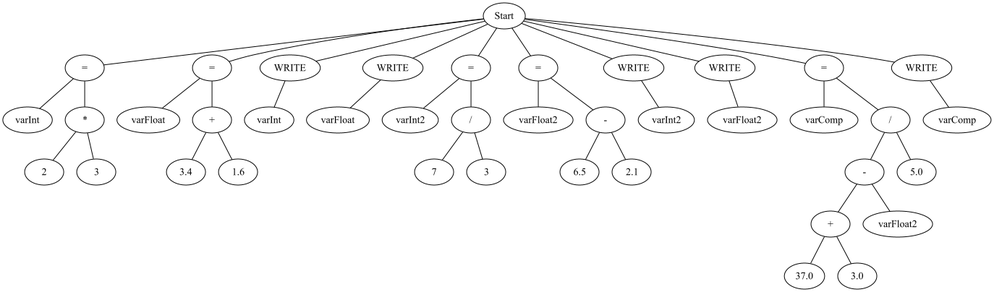
Earlier version of the Graphviz export arbol.png (pitta1881/TEO1-Lexico). Its source is kept beside it as arbol.dot.
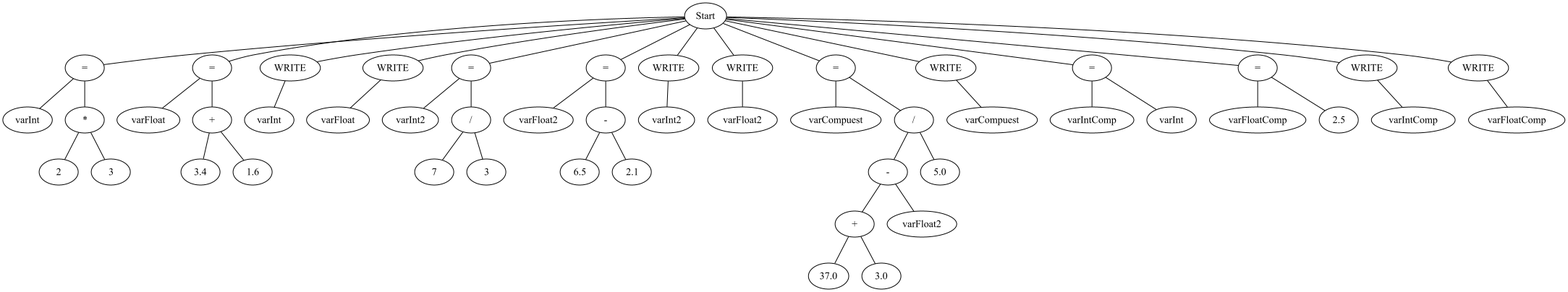
After the commit.

The edit, as a diff of the source:
```diff
@@ -1,80 +1,100 @@
 graph G {node_start [label="Start"]
-nodo_603604456 [label="="]
-node_start -- nodo_603604456
-nodo_236693573 [label="varInt"]
-nodo_603604456 -- nodo_236693573
-nodo_1183492770 [label="*"]
-nodo_603604456 -- nodo_1183492770
-nodo_622081567 [label="2"]
-nodo_1183492770 -- nodo_622081567
-nodo_117845864 [label="3"]
-nodo_1183492770 -- nodo_117845864
-nodo_1410135629 [label="="]
-node_start -- nodo_1410135629
-nodo_1195416020 [label="varFloat"]
-nodo_1410135629 -- nodo_1195416020
-nodo_1130425325 [label="+"]
-nodo_1410135629 -- nodo_1130425325
-nodo_1965814150 [label="3.4"]
-nodo_1130425325 -- nodo_1965814150
-nodo_1185341424 [label="1.6"]
-nodo_1130425325 -- nodo_1185341424
-nodo_99311817 [label="WRITE"]
-node_start -- nodo_99311817
-nodo_1364514 [label="varInt"]
-nodo_99311817 -- nodo_1364514
-nodo_1108747763 [label="WRITE"]
-node_start -- nodo_1108747763
-nodo_2078178640 [label="varFloat"]
-nodo_1108747763 -- nodo_2078178640
-nodo_324139779 [label="="]
-node_start -- nodo_324139779
-nodo_896712329 [label="varInt2"]
-nodo_324139779 -- nodo_896712329
-nodo_1178086505 [label="/"]
-nodo_324139779 -- nodo_1178086505
-nodo_1317338371 [label="7"]
-nodo_1178086505 -- nodo_1317338371
-nodo_1385274931 [label="3"]
-nodo_1178086505 -- nodo_1385274931
-nodo_1916269598 [label="="]
-node_start -- nodo_1916269598
-nodo_1970001237 [label="varFloat2"]
-nodo_1916269598 -- nodo_1970001237
-nodo_476987934 [label="-"]
-nodo_1916269598 -- nodo_476987934
-nodo_1112553382 [label="6.5"]
-nodo_476987934 -- nodo_1112553382
-nodo_260750582 [label="2.1"]
-nodo_476987934 -- nodo_260750582
-nodo_618664239 [label="WRITE"]
-node_start -- nodo_618664239
-nodo_1248909599 [label="varInt2"]
-nodo_618664239 -- nodo_1248909599
-nodo_165554928 [label="WRITE"]
-node_start -- nodo_165554928
-nodo_1399413297 [label="varFloat2"]
-nodo_165554928 -- nodo_1399413297
-nodo_1998868506 [label="="]
-node_start -- nodo_1998868506
-nodo_1003538368 [label="varComp"]
-nodo_1998868506 -- nodo_1003538368
-nodo_1126294496 [label="/"]
-nodo_1998868506 -- nodo_1126294496
-nodo_1518371175 [label="-"]
-nodo_1126294496 -- nodo_1518371175
-nodo_259108525 [label="+"]
-nodo_1518371175 -- nodo_259108525
-nodo_841123396 [label="37.0"]
-nodo_259108525 -- nodo_841123396
-nodo_2119191811 [label="3.0"]
-nodo_259108525 -- nodo_2119191811
-nodo_545611799 [label="varFloat2"]
-nodo_1518371175 -- nodo_545611799
-nodo_570668652 [label="5.0"]
-nodo_1126294496 -- nodo_570668652
-nodo_78972110 [label="WRITE"]
-node_start -- nodo_78972110
-nodo_2029091086 [label="varComp"]
-nodo_78972110 -- nodo_2029091086
+nodo_1770218317 [label="="]
+node_start -- nodo_1770218317
+nodo_788626044 [label="varInt"]
+nodo_1770218317 -- nodo_788626044
+nodo_558410979 [label="*"]
+nodo_1770218317 -- nodo_558410979
+nodo_1853567106 [label="2"]
+nodo_558410979 -- nodo_1853567106
+nodo_1056055884 [label="3"]
+nodo_558410979 -- nodo_1056055884
+nodo_444886388 [label="="]
+node_start -- nodo_444886388
+nodo_2127553907 [label="varFloat"]
+nodo_444886388 -- nodo_2127553907
+nodo_1233593608 [label="+"]
+nodo_444886388 -- nodo_1233593608
+nodo_1724419638 [label="3.4"]
+nodo_1233593608 -- nodo_1724419638
+nodo_1604235350 [label="1.6"]
+nodo_1233593608 -- nodo_1604235350
+nodo_1593516715 [label="WRITE"]
+node_start -- nodo_1593516715
+nodo_1423938818 [label="varInt"]
+nodo_1593516715 -- nodo_1423938818
+nodo_1537368355 [label="WRITE"]
+node_start -- nodo_1537368355
+nodo_1085930749 [label="varFloat"]
+nodo_1537368355 -- nodo_1085930749
+nodo_687493483 [label="="]
+node_start -- nodo_687493483
+nodo_2467571 [label="varInt2"]
+nodo_687493483 -- nodo_2467571
+nodo_1212572845 [label="/"]
+nodo_687493483 -- nodo_1212572845
+nodo_1192699724 [label="7"]
+nodo_1212572845 -- nodo_1192699724
+nodo_1033656268 [label="3"]
+nodo_1212572845 -- nodo_1033656268
+nodo_270757042 [label="="]
+node_start -- nodo_270757042
+nodo_1799029015 [label="varFloat2"]
+nodo_270757042 -- nodo_1799029015
+nodo_367552123 [label="-"]
+nodo_270757042 -- nodo_367552123
+nodo_1251303741 [label="6.5"]
+nodo_367552123 -- nodo_1251303741
+nodo_1104724513 [label="2.1"]
+nodo_367552123 -- nodo_1104724513
+nodo_1918390452 [label="WRITE"]
+node_start -- nodo_1918390452
+nodo_609565498 [label="varInt2"]
+nodo_1918390452 -- nodo_609565498
+nodo_1168652804 [label="WRITE"]
+node_start -- nodo_1168652804
+nodo_1113989466 [label="varFloat2"]
+nodo_1168652804 -- nodo_1113989466
+nodo_1913328722 [label="="]
+node_start -- nodo_1913328722
+nodo_2139782594 [label="varCompuest"]
+nodo_1913328722 -- nodo_2139782594
+nodo_2071334957 [label="/"]
+nodo_1913328722 -- nodo_2071334957
+nodo_149525224 [label="-"]
+nodo_2071334957 -- nodo_149525224
+nodo_577420835 [label="+"]
+nodo_149525224 -- nodo_577420835
+nodo_237155265 [label="37.0"]
+nodo_577420835 -- nodo_237155265
+nodo_1167998288 [label="3.0"]
+nodo_577420835 -- nodo_1167998288
+nodo_27564505 [label="varFloat2"]
+nodo_149525224 -- nodo_27564505
+nodo_1984472168 [label="5.0"]
+nodo_2071334957 -- nodo_1984472168
+nodo_1844424155 [label="WRITE"]
+node_start -- nodo_1844424155
+nodo_1496279435 [label="varCompuest"]
+nodo_1844424155 -- nodo_1496279435
+nodo_1604924527 [label="="]
+node_start -- nodo_1604924527
+nodo_2103999776 [label="varIntComp"]
+nodo_1604924527 -- nodo_2103999776
+nodo_62857938 [label="varInt"]
+nodo_1604924527 -- nodo_62857938
+nodo_172436074 [label="="]
+node_start -- nodo_172436074
+nodo_484146433 [label="varFloatComp"]
+nodo_172436074 -- nodo_484146433
+nodo_577012423 [label="2.5"]
+nodo_172436074 -- nodo_577012423
+nodo_1488428523 [label="WRITE"]
+node_start -- nodo_1488428523
+nodo_1796274413 [label="varIntComp"]
+nodo_1488428523 -- nodo_1796274413
+nodo_753181691 [label="WRITE"]
+node_start -- nodo_753181691
+nodo_714108442 [label="varFloatComp"]
+nodo_753181691 -- nodo_714108442
 }
```
